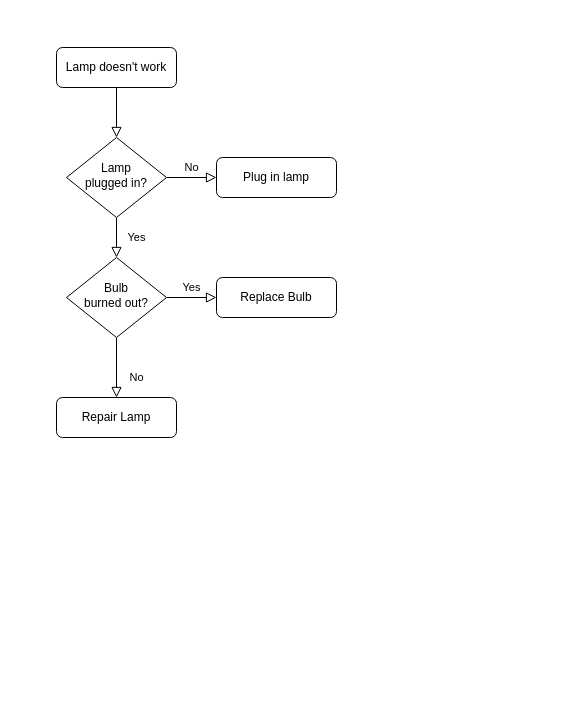
Earlier version of the draw.io diagram Example2.drawio (SanyaKRY/Diagrams). Source tidied: cells renumbered, new cells numbered last; positions are measured from the earlier drawing's top-left corner, leaving out a move shared by most shapes. Both pictures are drawn from the tidied source at 100%, with x=0, y=0 at pixel (56, 47).
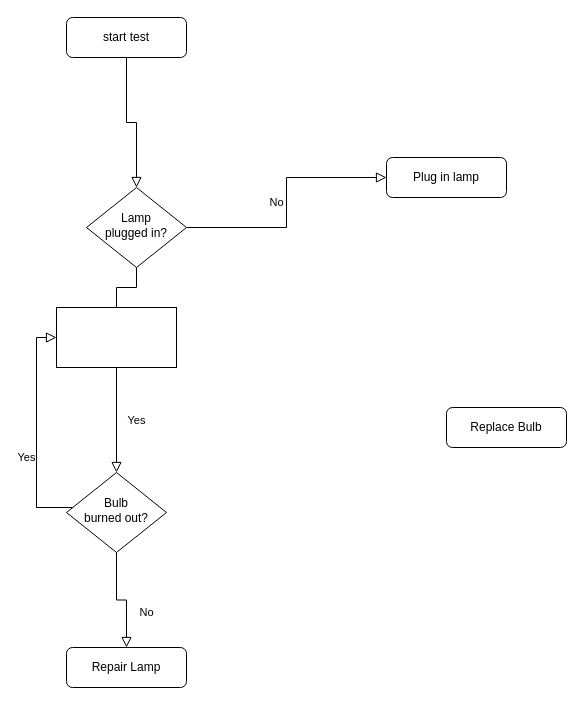
After the change.

Change to the diagram source:
```diff
@@
 <mxGraphModel>
   <root>
     <mxCell id="0" />
     <mxCell id="1" parent="0" />
     <mxCell id="2" style="rounded=0;html=1;jettySize=auto;fontSize=11;endArrow=block;endFill=0;endSize=8;strokeWidth=1;shadow=0;labelBackgroundColor=none;edgeStyle=orthogonalEdgeStyle;" parent="1" edge="1" source="3" target="6">
       <mxGeometry relative="1" as="geometry" />
     </mxCell>
-    <mxCell id="3" value="Lamp doesn't work" style="rounded=1;whiteSpace=wrap;html=1;fontSize=12;glass=0;strokeWidth=1;shadow=0;" parent="1" vertex="1">
-      <mxGeometry width="120" height="40" as="geometry" />
+    <mxCell id="3" value="start test" style="rounded=1;whiteSpace=wrap;html=1;fontSize=12;glass=0;strokeWidth=1;shadow=0;" parent="1" vertex="1">
+      <mxGeometry x="10" y="-30" width="120" height="40" as="geometry" />
     </mxCell>
-    <mxCell id="4" value="Yes" style="rounded=0;html=1;jettySize=auto;fontSize=11;endArrow=block;endFill=0;endSize=8;strokeWidth=1;shadow=0;labelBackgroundColor=none;edgeStyle=orthogonalEdgeStyle;" parent="1" edge="1" source="6" target="10">
+    <mxCell id="4" value="Yes" style="rounded=0;html=1;jettySize=auto;fontSize=11;endArrow=block;endFill=0;endSize=8;strokeWidth=1;shadow=0;labelBackgroundColor=none;edgeStyle=orthogonalEdgeStyle;startArrow=none;" parent="1" edge="1" source="13" target="10">
       <mxGeometry y="20" relative="1" as="geometry" />
     </mxCell>
     <mxCell id="5" value="No" style="edgeStyle=orthogonalEdgeStyle;rounded=0;html=1;jettySize=auto;fontSize=11;endArrow=block;endFill=0;endSize=8;strokeWidth=1;shadow=0;labelBackgroundColor=none;" parent="1" edge="1" source="6" target="7">
       <mxGeometry y="10" relative="1" as="geometry" />
     </mxCell>
     <mxCell id="6" value="Lamp&lt;br&gt;plugged in?" style="rhombus;whiteSpace=wrap;html=1;shadow=0;fontFamily=Helvetica;fontSize=12;align=center;strokeWidth=1;spacing=6;spacingTop=-4;" parent="1" vertex="1">
-      <mxGeometry x="10" y="90" width="100" height="80" as="geometry" />
+      <mxGeometry x="30" y="140" width="100" height="80" as="geometry" />
     </mxCell>
     <mxCell id="7" value="Plug in lamp" style="rounded=1;whiteSpace=wrap;html=1;fontSize=12;glass=0;strokeWidth=1;shadow=0;" parent="1" vertex="1">
-      <mxGeometry x="160" y="110" width="120" height="40" as="geometry" />
+      <mxGeometry x="330" y="110" width="120" height="40" as="geometry" />
     </mxCell>
     <mxCell id="8" value="No" style="rounded=0;html=1;jettySize=auto;fontSize=11;endArrow=block;endFill=0;endSize=8;strokeWidth=1;shadow=0;labelBackgroundColor=none;edgeStyle=orthogonalEdgeStyle;" parent="1" edge="1" source="10" target="11">
       <mxGeometry x="0.33" y="20" relative="1" as="geometry" />
     </mxCell>
-    <mxCell id="9" value="Yes" style="edgeStyle=orthogonalEdgeStyle;rounded=0;html=1;jettySize=auto;fontSize=11;endArrow=block;endFill=0;endSize=8;strokeWidth=1;shadow=0;labelBackgroundColor=none;" parent="1" edge="1" source="10" target="12">
-      <mxGeometry y="10" relative="1" as="geometry" />
+    <mxCell id="9" value="Yes" style="edgeStyle=orthogonalEdgeStyle;rounded=0;html=1;jettySize=auto;fontSize=11;endArrow=block;endFill=0;endSize=8;strokeWidth=1;shadow=0;labelBackgroundColor=none;entryX=0;entryY=0.5;entryDx=0;entryDy=0;" parent="1" edge="1" source="10" target="13">
+      <mxGeometry x="-0.24" y="10" relative="1" as="geometry">
+        <Array as="points">
+          <mxPoint x="-20" y="460" />
+          <mxPoint x="-20" y="290" />
+        </Array>
+      </mxGeometry>
     </mxCell>
     <mxCell id="10" value="Bulb&lt;br&gt;burned out?" style="rhombus;whiteSpace=wrap;html=1;shadow=0;fontFamily=Helvetica;fontSize=12;align=center;strokeWidth=1;spacing=6;spacingTop=-4;" parent="1" vertex="1">
-      <mxGeometry x="10" y="210" width="100" height="80" as="geometry" />
+      <mxGeometry x="10" y="425" width="100" height="80" as="geometry" />
     </mxCell>
     <mxCell id="11" value="Repair Lamp" style="rounded=1;whiteSpace=wrap;html=1;fontSize=12;glass=0;strokeWidth=1;shadow=0;" parent="1" vertex="1">
-      <mxGeometry y="350" width="120" height="40" as="geometry" />
+      <mxGeometry x="10" y="600" width="120" height="40" as="geometry" />
     </mxCell>
     <mxCell id="12" value="Replace Bulb" style="rounded=1;whiteSpace=wrap;html=1;fontSize=12;glass=0;strokeWidth=1;shadow=0;" parent="1" vertex="1">
-      <mxGeometry x="160" y="230" width="120" height="40" as="geometry" />
+      <mxGeometry x="390" y="360" width="120" height="40" as="geometry" />
     </mxCell>
+    <mxCell id="13" style="whiteSpace=wrap;html=1;shadow=0;strokeWidth=1;spacing=6;spacingTop=-4;" parent="1" vertex="1">
+      <mxGeometry y="260" width="120" height="60" as="geometry" />
+    </mxCell>
+    <mxCell id="14" style="rounded=0;html=1;jettySize=auto;fontSize=11;endArrow=none;endFill=0;endSize=8;strokeWidth=1;shadow=0;labelBackgroundColor=none;edgeStyle=orthogonalEdgeStyle;" parent="1" edge="1" source="6" target="13">
+      <mxGeometry y="20" relative="1" as="geometry" />
+    </mxCell>
   </root>
 </mxGraphModel>
```
